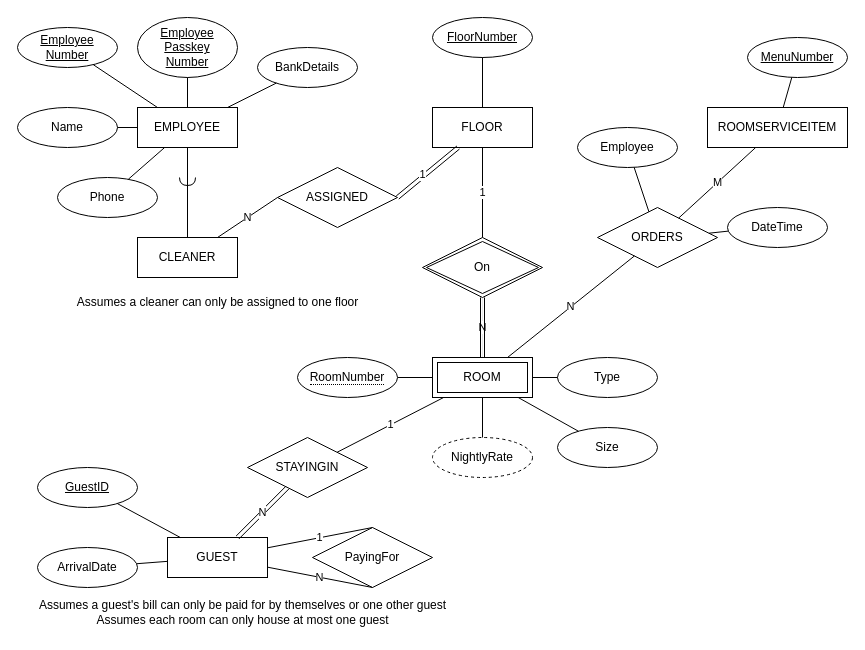
Earlier version of the draw.io diagram INFS 1200 25 T2 Assignment 1 Q1.2.drawio (ActuallyHappening/Classe-de-UQ). Source tidied: cells renumbered, new cells numbered last; positions are measured from the earlier drawing's top-left corner, leaving out a move shared by most shapes. Both pictures are drawn from the tidied source at 100%, with x=0, y=0 at pixel (17, 17).
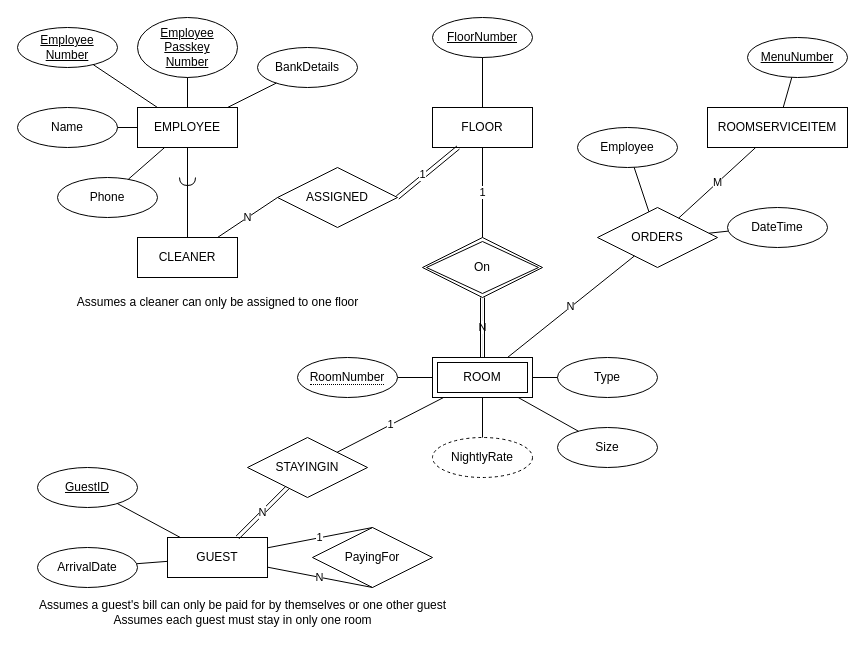
After the change.

Change to the diagram source:
```diff
@@
-    <mxCell id="47" value="&lt;div&gt;Assumes a guest's bill can only be paid for by themselves or one other guest&lt;/div&gt;&lt;div&gt;Assumes each room can only house at most one guest&lt;/div&gt;" style="text;html=1;align=center;verticalAlign=middle;strokeColor=none;fillColor=none;" parent="1" vertex="1">
+    <mxCell id="47" value="&lt;div&gt;Assumes a guest's bill can only be paid for by themselves or one other guest&lt;/div&gt;&lt;div&gt;Assumes each guest must stay in only one room&lt;/div&gt;" style="text;html=1;align=center;verticalAlign=middle;strokeColor=none;fillColor=none;" parent="1" vertex="1">
       <mxGeometry x="10" y="575" width="430" height="40" as="geometry" />
     </mxCell>
```
